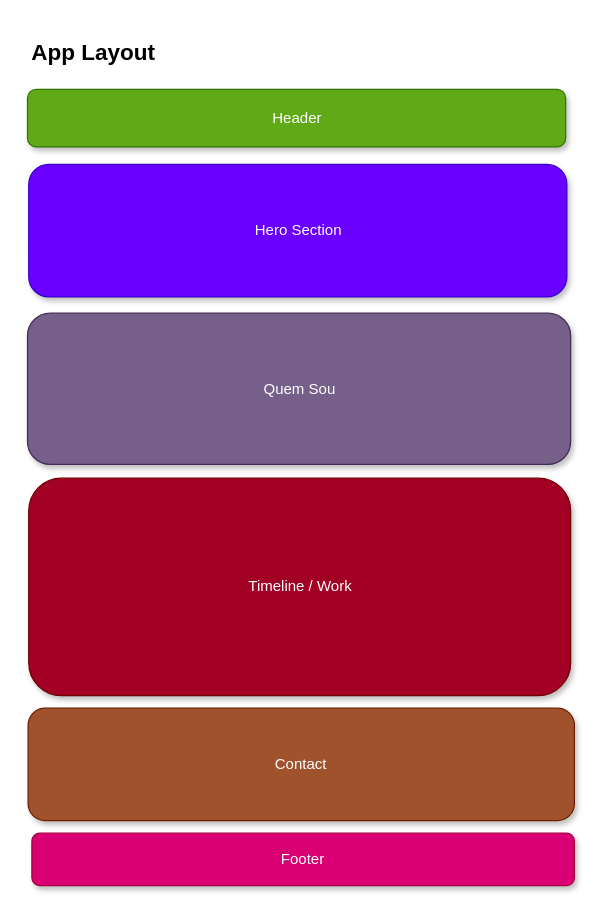
Before: page "Diagram" (1 of 2) of docs/diagram.drawio in mackson/portfolio-app, a draw.io diagram. Source tidied: cells renumbered, new cells numbered last; positions are measured from the earlier drawing's top-left corner, leaving out a move shared by most shapes. Both pictures are drawn from the tidied source at 125%, with x=0, y=0 at pixel (28, 34).
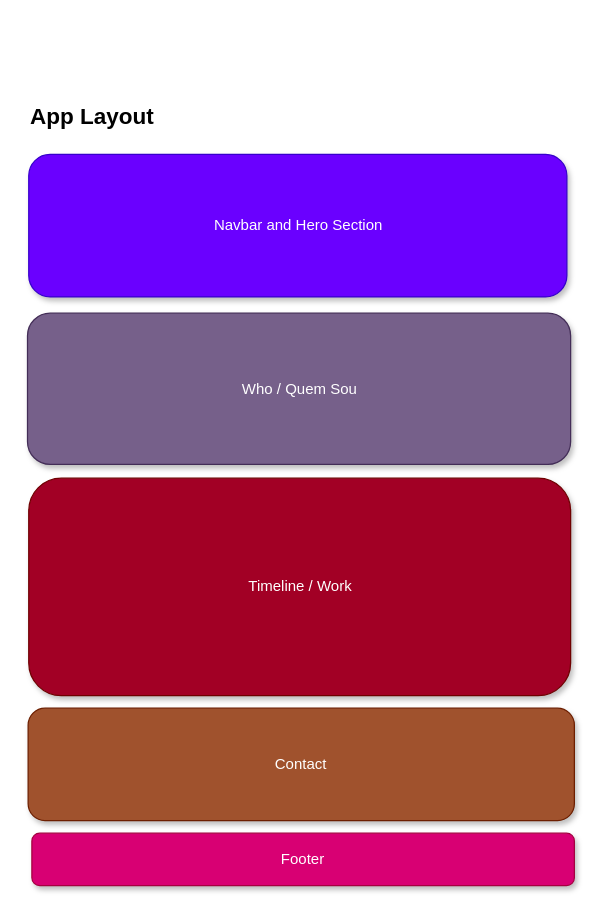
The same page after the edit.

Commit message (it also covers changes not shown here):
feat: Hero Section and Navbar

The edit, as a diff of the source:
```diff
@@
 <mxGraphModel>
   <root>
     <mxCell id="0" />
     <mxCell id="1" parent="0" />
-    <mxCell id="2" value="Header" style="rounded=1;whiteSpace=wrap;html=1;fillColor=#60a917;fontColor=#ffffff;strokeColor=#2D7600;shadow=1;" parent="1" vertex="1">
-      <mxGeometry x="-0.5" y="44" width="430.5" height="46" as="geometry" />
-    </mxCell>
-    <mxCell id="3" value="Hero Section" style="rounded=1;whiteSpace=wrap;html=1;fillColor=#6a00ff;fontColor=#ffffff;strokeColor=#3700CC;shadow=1;gradientColor=none;" parent="1" vertex="1">
-      <mxGeometry x="0.5" y="104" width="430.5" height="106" as="geometry" />
+    <mxCell id="3" value="Navbar and Hero Section" style="rounded=1;whiteSpace=wrap;html=1;fillColor=#6a00ff;fontColor=#ffffff;strokeColor=#3700CC;shadow=1;gradientColor=none;" parent="1" vertex="1">
+      <mxGeometry x="0.5" y="96" width="430.5" height="114" as="geometry" />
     </mxCell>
     <mxCell id="4" value="Footer" style="rounded=1;whiteSpace=wrap;html=1;fillColor=#d80073;fontColor=#ffffff;strokeColor=#A50040;shadow=1;" parent="1" vertex="1">
       <mxGeometry x="3" y="639" width="434" height="42" as="geometry" />
     </mxCell>
     <mxCell id="5" value="&lt;h2&gt;App Layout&lt;/h2&gt;" style="text;html=1;strokeColor=none;fillColor=none;align=left;verticalAlign=middle;whiteSpace=wrap;rounded=1;" parent="1" vertex="1">
-      <mxGeometry x="0.5" width="190" height="30" as="geometry" />
+      <mxGeometry x="-0.5" y="51" width="190" height="30" as="geometry" />
     </mxCell>
-    <mxCell id="6" value="Quem Sou" style="rounded=1;whiteSpace=wrap;html=1;fillColor=#76608a;fontColor=#ffffff;strokeColor=#432D57;shadow=1;" parent="1" vertex="1">
+    <mxCell id="6" value="Who / Quem Sou" style="rounded=1;whiteSpace=wrap;html=1;fillColor=#76608a;fontColor=#ffffff;strokeColor=#432D57;shadow=1;" parent="1" vertex="1">
       <mxGeometry x="-0.5" y="223" width="434.5" height="121" as="geometry" />
     </mxCell>
     <mxCell id="7" value="Contact" style="rounded=1;whiteSpace=wrap;html=1;fillColor=#a0522d;fontColor=#ffffff;strokeColor=#6D1F00;shadow=1;" parent="1" vertex="1">
       <mxGeometry y="539" width="437" height="90" as="geometry" />
     </mxCell>
     <mxCell id="8" value="Timeline / Work" style="rounded=1;whiteSpace=wrap;html=1;fillColor=#a20025;strokeColor=#6F0000;shadow=1;fontColor=#ffffff;" parent="1" vertex="1">
       <mxGeometry x="0.5" y="355" width="433.5" height="174" as="geometry" />
     </mxCell>
   </root>
 </mxGraphModel>
```
